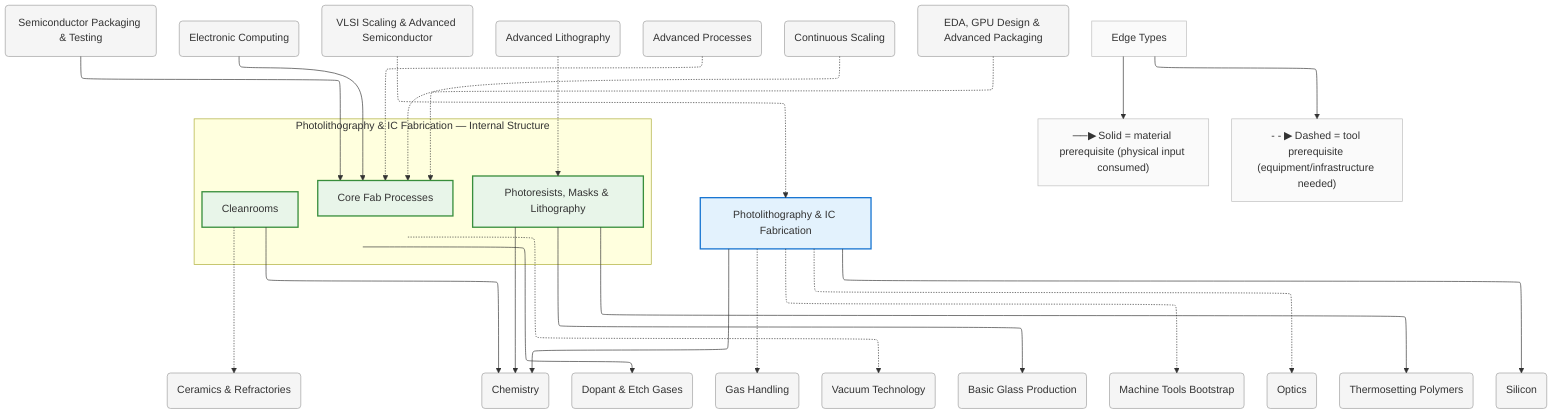
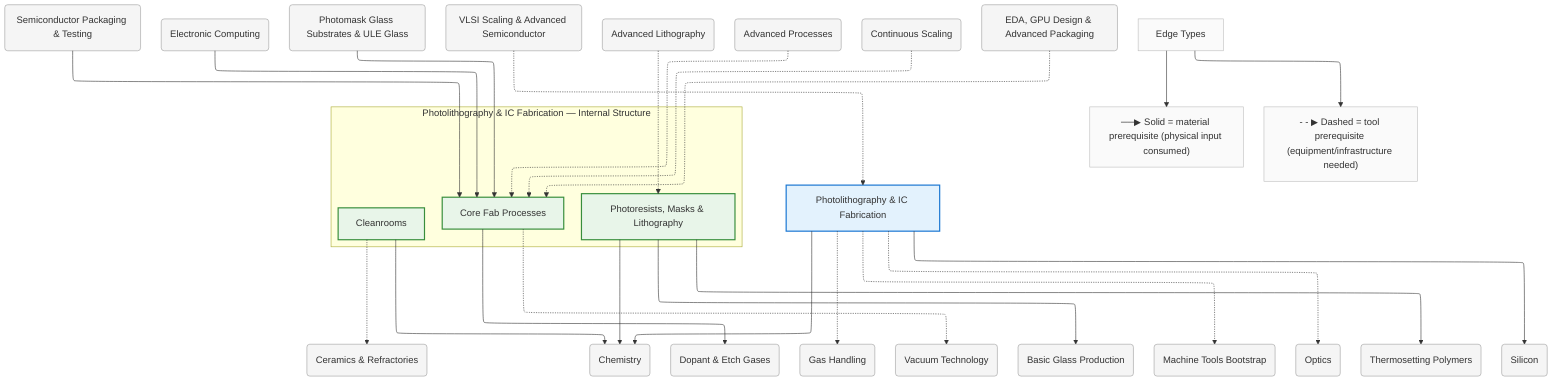
%%{init: {"flowchart": {"defaultRenderer": "elk", "htmlLabels": true}}}%%
graph TD
    %% Domain: Photolithography & IC Fabrication

    %% ==================== INTERNAL NODES ====================
    subgraph photolithography_internal ["Photolithography & IC Fabrication — Internal Structure"]
        direction TB
        photolithography_cleanrooms["Cleanrooms"]
        photolithography_resists-masks["Photoresists, Masks & Lithography"]
        photolithography_fab-processes["Core Fab Processes"]
    end

    %% ==================== DOMAIN NODE ====================
    photolithography["Photolithography & IC Fabrication"]

    %% ==================== EXTERNAL DEPENDENCIES ====================
    ceramics("Ceramics & Refractories")
    chemistry("Chemistry")
    chemistry_dopant-etch-gases("Dopant & Etch Gases")
    chemistry_packaging-testing("Semiconductor Packaging & Testing")
    computing_electronic("Electronic Computing")
    gas-handling("Gas Handling")
    gas-handling_vacuum("Vacuum Technology")
    glass_basic("Basic Glass Production")
+     glass_photomask-substrates("Photomask Glass Substrates & ULE Glass")
    machine-tools("Machine Tools Bootstrap")
    optics("Optics")
    polymers_thermosets("Thermosetting Polymers")
    silicon("Silicon")
    vlsi-scaling("VLSI Scaling & Advanced Semiconductor")
    vlsi-scaling_advanced-lithography("Advanced Lithography")
    vlsi-scaling_advanced-processes("Advanced Processes")
    vlsi-scaling_continuous-scaling("Continuous Scaling")
    vlsi-scaling_eda-design("EDA, GPU Design & Advanced Packaging")

    %% ==================== EDGES ====================
    photolithography -.-> machine-tools
    photolithography --> chemistry
    photolithography -.-> gas-handling
    photolithography -.-> optics
    photolithography --> silicon
    photolithography_cleanrooms --> chemistry
    photolithography_cleanrooms -.-> ceramics
    photolithography_resists-masks --> chemistry
    photolithography_resists-masks --> polymers_thermosets
    photolithography_fab-processes --> chemistry_dopant-etch-gases
    photolithography_fab-processes -.-> gas-handling_vacuum
    vlsi-scaling -.-> photolithography
    vlsi-scaling_continuous-scaling -.-> photolithography_fab-processes
    vlsi-scaling_advanced-lithography -.-> photolithography_resists-masks
    vlsi-scaling_advanced-processes -.-> photolithography_fab-processes
    vlsi-scaling_eda-design -.-> photolithography_fab-processes
    chemistry_packaging-testing --> photolithography_fab-processes
    computing_electronic --> photolithography_fab-processes
    photolithography_resists-masks --> glass_basic
+     glass_photomask-substrates --> photolithography_fab-processes

    %% ==================== EDGE TYPE LEGEND ====================
    EdgeLegend["Edge Types"]
    EdgeLegend --> MatNote["──▶ Solid = material prerequisite (physical input consumed)"]
    EdgeLegend --> ToolNote["- - ▶ Dashed = tool prerequisite (equipment/infrastructure needed)"]

    %% ==================== STYLING ====================
    classDef domain fill:#e3f2fd,stroke:#1976d2,stroke-width:2px
    classDef capability fill:#e8f5e9,stroke:#388e3c,stroke-width:2px
    classDef process fill:#fff3e0,stroke:#f57c00,stroke-width:2px
    classDef critical fill:#fff3e0,stroke:#f57c00,stroke-width:3px
    classDef earlyWin fill:#e8f5e9,stroke:#388e3c,stroke-width:3px
    classDef pinnacle fill:#fce4ec,stroke:#c62828,stroke-width:3px
    classDef external fill:#f5f5f5,stroke:#9e9e9e,stroke-width:1px
    classDef legend fill:#fafafa,stroke:#bdbdbd,stroke-width:1px
    class photolithography domain
    class photolithography_cleanrooms capability
    class photolithography_resists-masks capability
    class photolithography_fab-processes capability
    class ceramics external
    class chemistry external
    class chemistry_dopant-etch-gases external
    class chemistry_packaging-testing external
    class computing_electronic external
    class gas-handling external
    class gas-handling_vacuum external
    class glass_basic external
+     class glass_photomask-substrates external
    class machine-tools external
    class optics external
    class polymers_thermosets external
    class silicon external
    class vlsi-scaling external
    class vlsi-scaling_advanced-lithography external
    class vlsi-scaling_advanced-processes external
    class vlsi-scaling_continuous-scaling external
    class vlsi-scaling_eda-design external
    class EdgeLegend,MatNote,ToolNote legend
